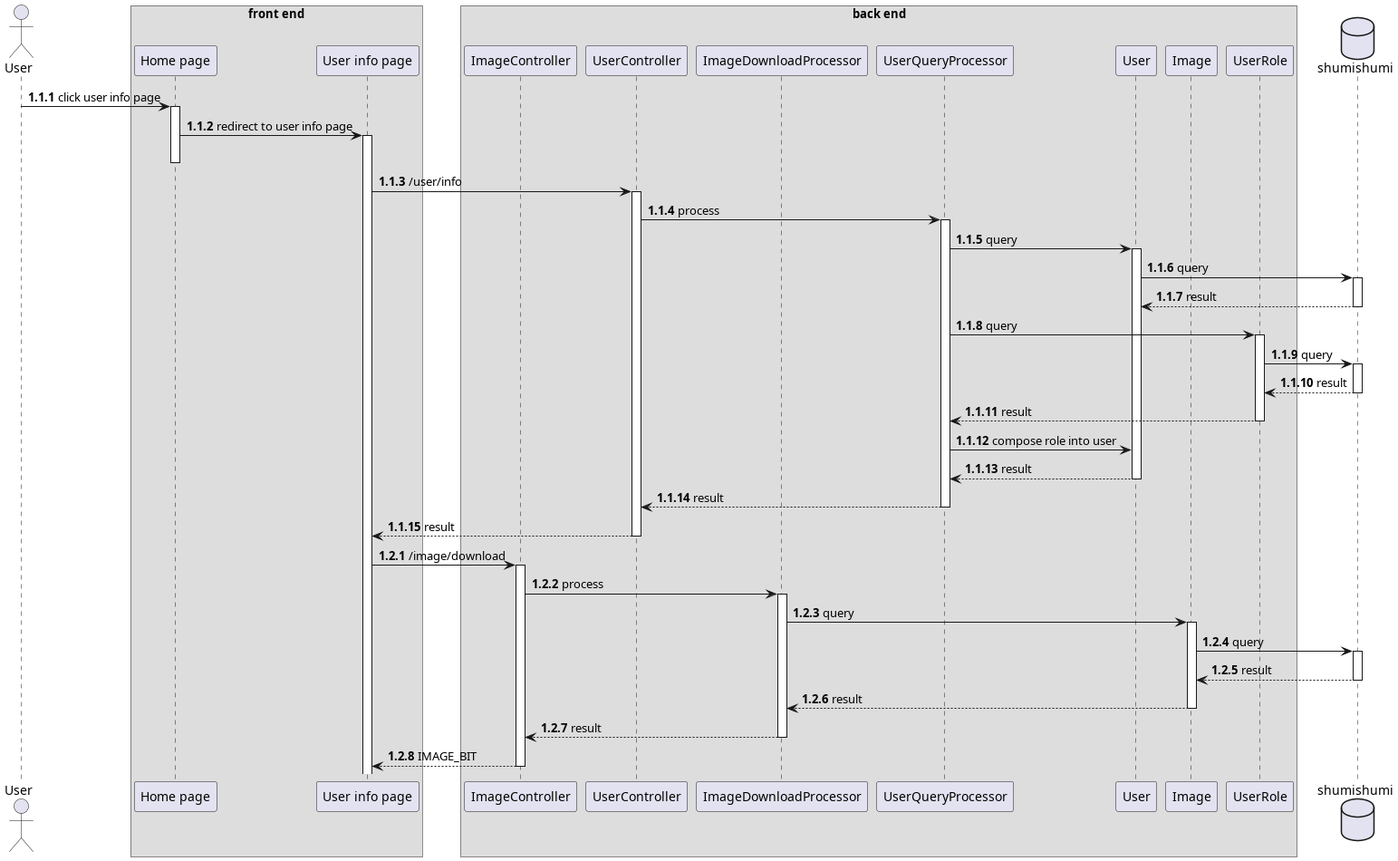
This is thesis/latex/diagram/sequence diagram/4. see user info/see user info.png from aldihsuhandi/skripsi-2023, a PlantUML export, as it was before one commit.
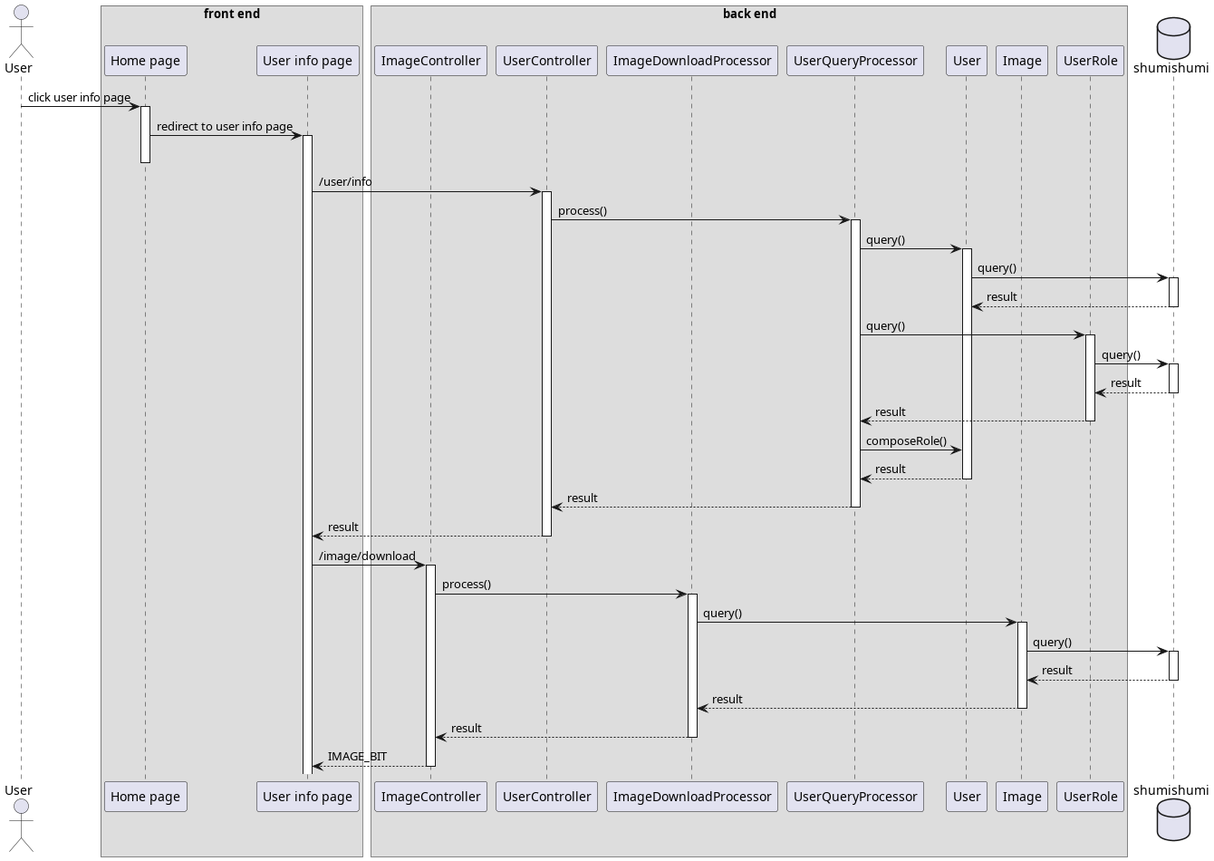
Above is the later version.

Diff of the diagram source:
```diff
@@ -1,5 +1,4 @@
 @startuml template
-autonumber 1.1.1
 
 actor User as u
 
@@ -25,25 +24,24 @@
 home -> uinfo ++-- : redirect to user info page
 
 uinfo -> uc++ : /user/info
-uc -> queproc++ : process
-queproc -> um++ : query
-um -> db++ : query
+uc -> queproc++ : process()
+queproc -> um++ : query()
+um -> db++ : query()
 return result
-queproc -> urm++ : query
-urm -> db++ : query
+queproc -> urm++ : query()
+urm -> db++ : query()
 return result
 return result
-queproc -> um : compose role into user
+queproc -> um : composeRole()
 return result
 
 return result
 return result
 
-autonumber inc b
 uinfo -> ic++ : /image/download
-ic -> downproc++ : process
-downproc -> im++ : query
-im -> db++ : query
+ic -> downproc++ : process()
+downproc -> im++ : query()
+im -> db++ : query()
 return result
 return result
 return result
```
